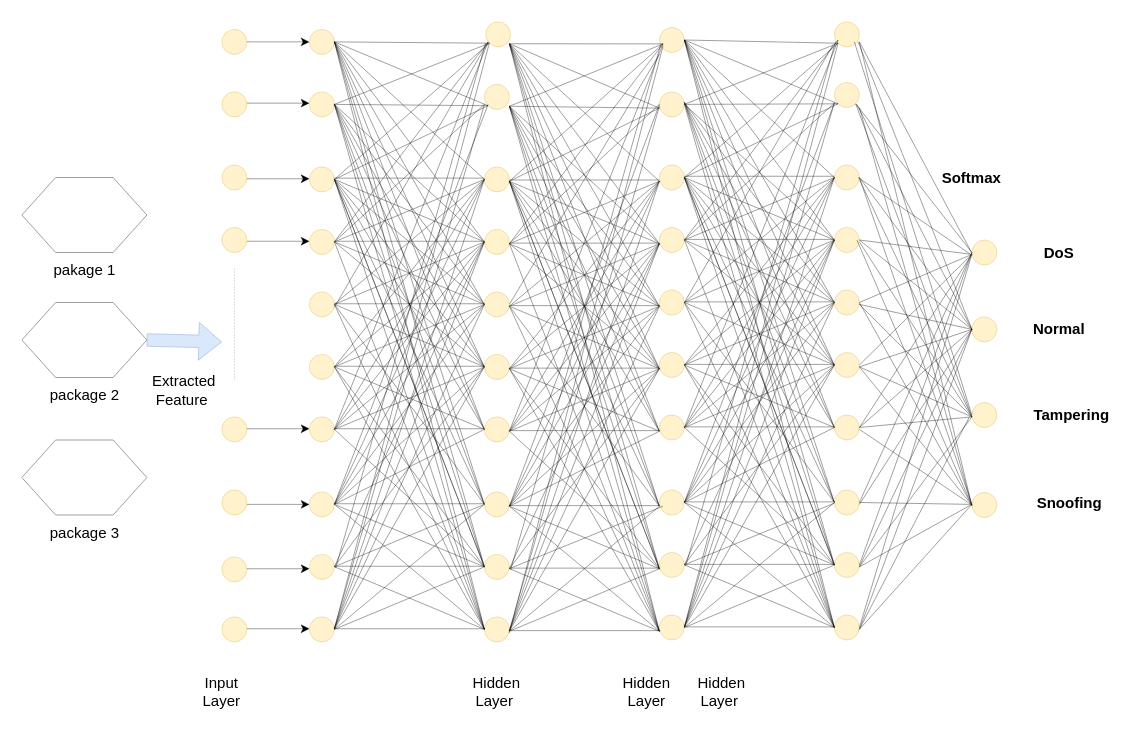
This is Untitled DiagramFNN.drawio from nhunguet/AI_Security, a draw.io file, before an edit. Source tidied: cells renumbered, new cells numbered last; positions are measured from the earlier drawing's top-left corner, leaving out a move shared by most shapes. Both pictures are drawn from the tidied source at 125%, with x=0, y=0 at pixel (21, 21).
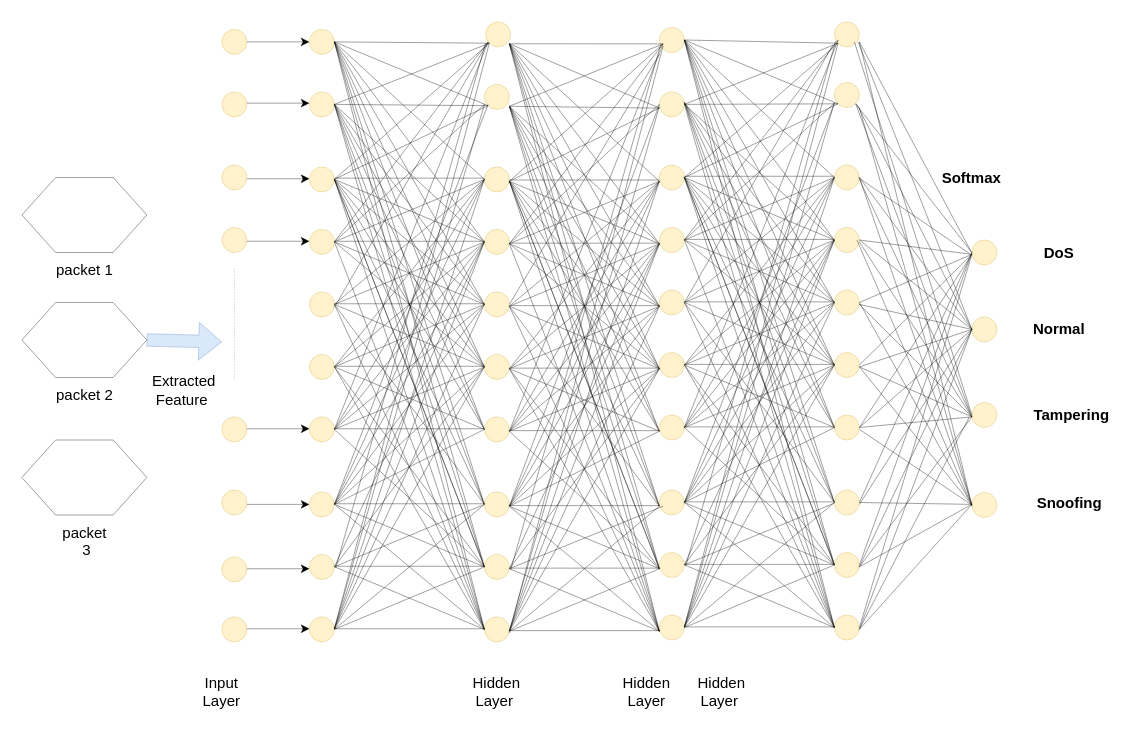
The same diagram, later.

Diff of the diagram source:
```diff
@@
-    <mxCell id="340" value="pakage 1" style="verticalLabelPosition=bottom;verticalAlign=top;html=1;shape=hexagon;perimeter=hexagonPerimeter2;arcSize=6;size=0.27;strokeWidth=0.3;" parent="1" vertex="1">
+    <mxCell id="340" value="packet 1" style="verticalLabelPosition=bottom;verticalAlign=top;html=1;shape=hexagon;perimeter=hexagonPerimeter2;arcSize=6;size=0.27;strokeWidth=0.3;" parent="1" vertex="1">
       <mxGeometry y="124.5" width="100" height="60" as="geometry" />
     </mxCell>
-    <mxCell id="341" value="package 2" style="verticalLabelPosition=bottom;verticalAlign=top;html=1;shape=hexagon;perimeter=hexagonPerimeter2;arcSize=6;size=0.27;strokeWidth=0.3;" parent="1" vertex="1">
+    <mxCell id="341" value="packet 2&lt;br&gt;" style="verticalLabelPosition=bottom;verticalAlign=top;html=1;shape=hexagon;perimeter=hexagonPerimeter2;arcSize=6;size=0.27;strokeWidth=0.3;" parent="1" vertex="1">
       <mxGeometry y="224.5" width="100" height="60" as="geometry" />
     </mxCell>
-    <mxCell id="342" value="package 3" style="verticalLabelPosition=bottom;verticalAlign=top;html=1;shape=hexagon;perimeter=hexagonPerimeter2;arcSize=6;size=0.27;strokeWidth=0.3;" parent="1" vertex="1">
+    <mxCell id="342" value="packet&lt;br&gt;&amp;nbsp;3" style="verticalLabelPosition=bottom;verticalAlign=top;html=1;shape=hexagon;perimeter=hexagonPerimeter2;arcSize=6;size=0.27;strokeWidth=0.3;" parent="1" vertex="1">
       <mxGeometry y="334.5" width="100" height="60" as="geometry" />
     </mxCell>
```
